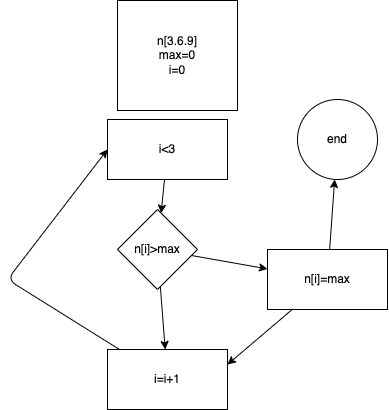
Above: seminars&homework/homework_1/ex4/ex4.drawio.png in albertboronovskij/importnt (draw.io), before the change. Source tidied: cells renumbered, new cells last; positions are measured from the earlier drawing's top-left corner, leaving out a move shared by most shapes.
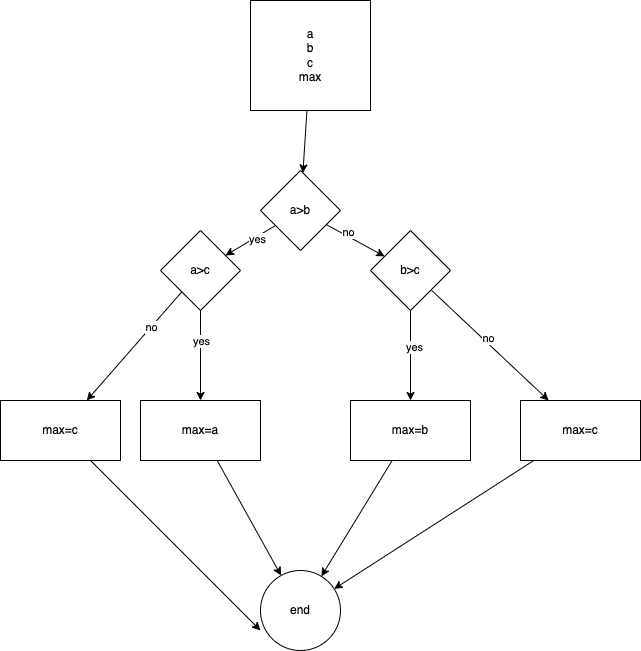
After the change.

Diff of the diagram source:
```diff
@@ -2,45 +2,83 @@
   <root>
     <mxCell id="0" />
     <mxCell id="1" parent="0" />
+    <mxCell id="14" style="edgeStyle=none;html=1;" parent="1" edge="1" source="2" target="19">
+      <mxGeometry relative="1" as="geometry" />
+    </mxCell>
-    <mxCell id="2" value="n[3.6.9]&lt;br&gt;max=0&lt;br&gt;i=0" style="rounded=0;whiteSpace=wrap;html=1;" parent="1" vertex="1">
-      <mxGeometry x="110" width="120" height="110" as="geometry" />
+    <mxCell id="2" value="a&lt;br&gt;b&lt;br&gt;c&lt;br&gt;max" style="rounded=0;whiteSpace=wrap;html=1;" parent="1" vertex="1">
+      <mxGeometry x="90" y="-1" width="120" height="110" as="geometry" />
     </mxCell>
-    <mxCell id="3" style="edgeStyle=none;html=1;" parent="1" edge="1" source="5" target="7">
-      <mxGeometry relative="1" as="geometry" />
-    </mxCell>
-    <mxCell id="4" style="edgeStyle=none;html=1;" parent="1" edge="1" source="5" target="10">
-      <mxGeometry relative="1" as="geometry" />
-    </mxCell>
-    <mxCell id="5" value="n[i]&amp;gt;max" style="rhombus;whiteSpace=wrap;html=1;rounded=0;" parent="1" vertex="1">
-      <mxGeometry x="110" y="209" width="80" height="80" as="geometry" />
-    </mxCell>
-    <mxCell id="6" style="edgeStyle=none;html=1;entryX=0;entryY=0.5;entryDx=0;entryDy=0;" parent="1" edge="1" source="7" target="12">
-      <mxGeometry relative="1" as="geometry">
-        <Array as="points">
-          <mxPoint y="279" />
-        </Array>
-      </mxGeometry>
-    </mxCell>
-    <mxCell id="7" value="i=i+1" style="whiteSpace=wrap;html=1;rounded=0;" parent="1" vertex="1">
-      <mxGeometry x="100" y="349" width="120" height="60" as="geometry" />
-    </mxCell>
-    <mxCell id="8" style="edgeStyle=none;html=1;" parent="1" edge="1" source="10" target="13">
-      <mxGeometry relative="1" as="geometry" />
-    </mxCell>
-    <mxCell id="9" style="edgeStyle=none;html=1;entryX=1;entryY=0.25;entryDx=0;entryDy=0;" parent="1" edge="1" source="10" target="7">
-      <mxGeometry relative="1" as="geometry" />
-    </mxCell>
-    <mxCell id="10" value="n[i]=max" style="whiteSpace=wrap;html=1;rounded=0;" parent="1" vertex="1">
-      <mxGeometry x="260" y="249" width="120" height="60" as="geometry" />
-    </mxCell>
-    <mxCell id="11" style="edgeStyle=none;html=1;" parent="1" edge="1" source="12" target="5">
-      <mxGeometry relative="1" as="geometry" />
-    </mxCell>
-    <mxCell id="12" value="i&amp;lt;3" style="rounded=0;whiteSpace=wrap;html=1;" parent="1" vertex="1">
-      <mxGeometry x="100" y="119" width="120" height="60" as="geometry" />
-    </mxCell>
+    <mxCell id="15" style="edgeStyle=none;html=1;" parent="1" edge="1" source="19" target="24">
+      <mxGeometry relative="1" as="geometry" />
+    </mxCell>
+    <mxCell id="16" value="no" style="edgeLabel;html=1;align=center;verticalAlign=middle;" parent="15" vertex="1">
+      <mxGeometry x="-0.3" y="4" relative="1" as="geometry" />
+    </mxCell>
+    <mxCell id="17" style="edgeStyle=none;html=1;" parent="1" edge="1" source="19" target="29">
+      <mxGeometry relative="1" as="geometry" />
+    </mxCell>
+    <mxCell id="18" value="yes" style="edgeLabel;html=1;align=center;verticalAlign=middle;" parent="17" vertex="1">
+      <mxGeometry x="-0.19" y="2" relative="1" as="geometry" />
+    </mxCell>
+    <mxCell id="19" value="a&amp;gt;b" style="rhombus;whiteSpace=wrap;html=1;rounded=0;" parent="1" vertex="1">
+      <mxGeometry x="100" y="169" width="80" height="80" as="geometry" />
+    </mxCell>
+    <mxCell id="20" style="edgeStyle=none;html=1;" parent="1" edge="1" source="24" target="31">
+      <mxGeometry relative="1" as="geometry" />
+    </mxCell>
+    <mxCell id="21" value="yes" style="edgeLabel;html=1;align=center;verticalAlign=middle;" parent="20" vertex="1">
+      <mxGeometry x="-0.2" y="3" relative="1" as="geometry" />
+    </mxCell>
+    <mxCell id="22" style="edgeStyle=none;html=1;" parent="1" edge="1" source="24" target="35">
+      <mxGeometry relative="1" as="geometry" />
+    </mxCell>
+    <mxCell id="23" value="no" style="edgeLabel;html=1;align=center;verticalAlign=middle;" parent="22" vertex="1">
+      <mxGeometry x="-0.07" y="4" relative="1" as="geometry" />
+    </mxCell>
+    <mxCell id="24" value="b&amp;gt;c" style="rhombus;whiteSpace=wrap;html=1;rounded=0;" parent="1" vertex="1">
+      <mxGeometry x="210" y="229" width="80" height="80" as="geometry" />
+    </mxCell>
+    <mxCell id="25" style="edgeStyle=none;html=1;" parent="1" edge="1" source="29" target="33">
+      <mxGeometry relative="1" as="geometry" />
+    </mxCell>
+    <mxCell id="26" value="yes" style="edgeLabel;html=1;align=center;verticalAlign=middle;" parent="25" vertex="1">
+      <mxGeometry x="-0.33" relative="1" as="geometry" />
+    </mxCell>
+    <mxCell id="27" style="edgeStyle=none;html=1;" parent="1" edge="1" source="29" target="37">
+      <mxGeometry relative="1" as="geometry" />
+    </mxCell>
+    <mxCell id="28" value="no" style="edgeLabel;html=1;align=center;verticalAlign=middle;" parent="27" vertex="1">
+      <mxGeometry x="-0.34" relative="1" as="geometry" />
+    </mxCell>
+    <mxCell id="29" value="a&amp;gt;c" style="rhombus;whiteSpace=wrap;html=1;rounded=0;" parent="1" vertex="1">
+      <mxGeometry y="229" width="80" height="80" as="geometry" />
+    </mxCell>
+    <mxCell id="30" style="edgeStyle=none;html=1;" parent="1" edge="1" source="31" target="13">
+      <mxGeometry relative="1" as="geometry" />
+    </mxCell>
+    <mxCell id="31" value="max=b" style="whiteSpace=wrap;html=1;rounded=0;" parent="1" vertex="1">
+      <mxGeometry x="190" y="399" width="120" height="60" as="geometry" />
+    </mxCell>
+    <mxCell id="32" style="edgeStyle=none;html=1;" parent="1" edge="1" source="33" target="13">
+      <mxGeometry relative="1" as="geometry" />
+    </mxCell>
+    <mxCell id="33" value="max=a" style="whiteSpace=wrap;html=1;rounded=0;" parent="1" vertex="1">
+      <mxGeometry x="-20" y="399" width="120" height="60" as="geometry" />
+    </mxCell>
+    <mxCell id="34" style="edgeStyle=none;html=1;" parent="1" edge="1" source="35" target="13">
+      <mxGeometry relative="1" as="geometry" />
+    </mxCell>
+    <mxCell id="35" value="max=c" style="whiteSpace=wrap;html=1;rounded=0;" parent="1" vertex="1">
+      <mxGeometry x="360" y="399" width="120" height="60" as="geometry" />
+    </mxCell>
+    <mxCell id="36" style="edgeStyle=none;html=1;entryX=0;entryY=0.75;entryDx=0;entryDy=0;entryPerimeter=0;" parent="1" edge="1" source="37" target="13">
+      <mxGeometry relative="1" as="geometry" />
+    </mxCell>
+    <mxCell id="37" value="max=c" style="whiteSpace=wrap;html=1;rounded=0;" parent="1" vertex="1">
+      <mxGeometry x="-160" y="399" width="120" height="60" as="geometry" />
+    </mxCell>
-    <mxCell id="13" value="end" style="ellipse;whiteSpace=wrap;html=1;" parent="1" vertex="1">
-      <mxGeometry x="290" y="99" width="80" height="80" as="geometry" />
+    <mxCell id="13" value="end" style="ellipse;whiteSpace=wrap;html=1;rounded=0;" parent="1" vertex="1">
+      <mxGeometry x="100" y="569" width="80" height="80" as="geometry" />
     </mxCell>
   </root>
 </mxGraphModel>
```
